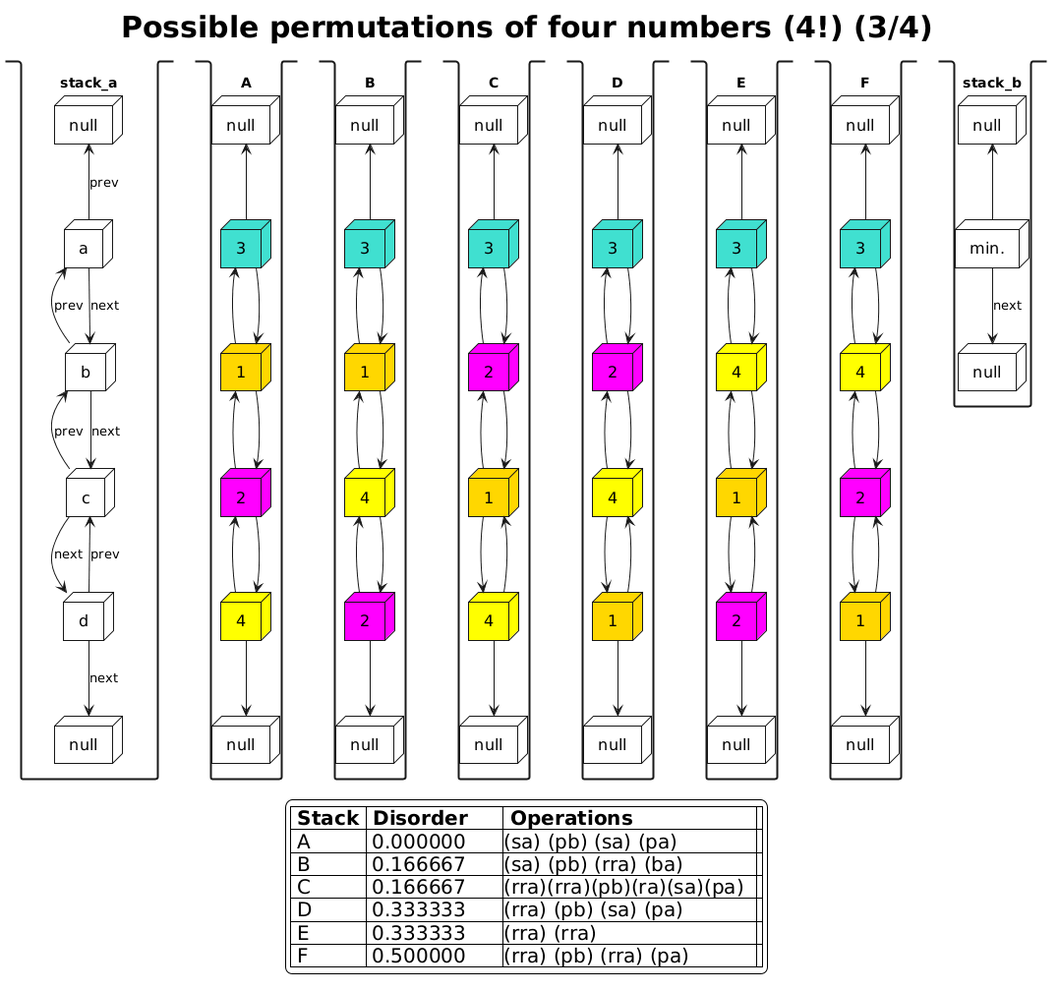
Earlier version of the PlantUML export Alg4_3.png (martinaradkovicova-lgtm/ft_push_swap). Its diagram source:
```plantuml
@startuml
skinparam {
StackBorderThickness 2
NodeBorderThickness 1
NodeFontSize 16
    legend {
        FontSize 20
        BackgroundColor SnowWhite
    }
    title {
    FontSize 30
    }
}
title Possible permutations of four numbers (4!) (3/4)
legend
    |= Stack |= Disorder|= Operations        |
    | A | 0.000000      |(sa) (pb) (sa) (pa) |
    | B | 0.166667      |(sa) (pb) (rra) (ba) |
    | C | 0.166667      |(rra)(rra)(pb)(ra)(sa)(pa)  |
    | D | 0.333333      |(rra) (pb) (sa) (pa)| |
    | E | 0.333333      |(rra) (rra)            |
    | F | 0.500000      |(rra) (pb) (rra) (pa)|
endlegend

stack stack_a {
node null as n1_null #white
node a as a #white
node b as b #white
node c as c #white
node d as d #white
node null as n3_null #white
n1_null <-- a : prev
a <-- b : prev
a --> b : next
b <-- c : prev
b --> c : next
c --> d : next
c <-- d : prev
d --> n3_null : next
}


stack A {
node null as a1_null #white
node "1" as a2 #Gold
node "2" as a3 #Magenta
node "3" as a1 #turquoise
node "4" as a4 #Yellow
node null as a3_null #white
a1_null <-- a1
a1 <-- a2
a1 --> a2
a2 <-- a3
a2 --> a3
a3 <-- a4
a3 --> a4
a4 --> a3_null
}

stack B {
node null as b1_null #white
node "1" as b2 #Gold
node "2" as b4 #Magenta
node "4" as b3 #Yellow
node "3" as b1 #turquoise
node null as b3_null #white
b1_null <-- b1
b1 <-- b2
b1 --> b2
b2 <-- b3
b2 --> b3
b3 <-- b4
b3 --> b4
b4 --> b3_null
}

stack C {
node null as c1_null #white
node "1" as c3 #Gold
node "3" as c1 #turquoise
node "2" as c2 #Magenta
node "4" as c4 #Yellow
node null as c3_null #white
c1_null <-- c1
c1 <-- c2
c1 --> c2
c2 <-- c3
c2 --> c3
c3 --> c4
c3 <-- c4
c4 --> c3_null
}

stack D {
node null as d1_null #white
node "1" as d4 #Gold
node "3" as d1 #turquoise
node "4" as d3 #Yellow
node "2" as d2 #Magenta
node null as d3_null #white
d1_null <-- d1
d1 <-- d2
d1 --> d2
d2 <-- d3
d2 --> d3
d3 --> d4
d3 <-- d4
d4 --> d3_null
}

stack E {
node null as e1_null #white
node "1" as e3 #Gold
node "4" as e2 #Yellow
node "2" as e4 #Magenta
node "3" as e1 #turquoise
node null as e3_null #white
e1_null <-- e1
e1 <-- e2
e1 --> e2
e2 <-- e3
e2 --> e3
e3 --> e4
e3 <-- e4
e4 --> e3_null
}

stack F {
node null as f1_null #white
node "1" as f4 #Gold
node "4" as f2 #Yellow
node "3" as f1 #turquoise
node "2" as f3 #Magenta
node null as f3_null #white
f1_null <-- f1
f1 <-- f2
f1 --> f2
f2 <-- f3
f2 --> f3
f3 --> f4
f3 <-- f4
f4 --> f3_null
}

stack stack_b {
node null as x1_null #white
node "min." as x1 #white
node null as x3_null #white
x1_null <-- x1

x1 --> x3_null : next
}
@enduml
```
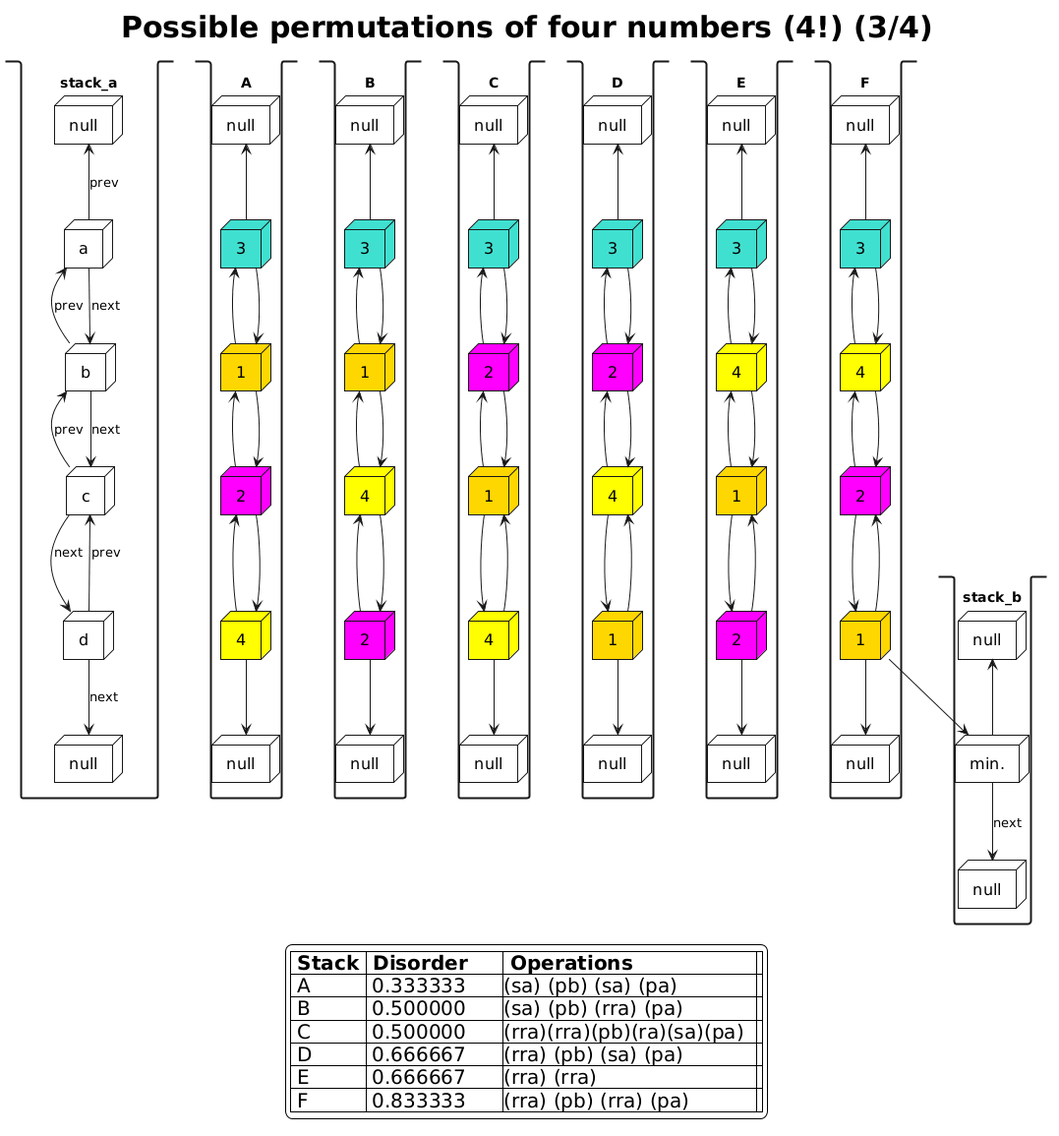
Later version of the same file.

What changed in the source:
```diff
@@ -14,12 +14,12 @@
 title Possible permutations of four numbers (4!) (3/4)
 legend
     |= Stack |= Disorder|= Operations        |
-    | A | 0.000000      |(sa) (pb) (sa) (pa) |
-    | B | 0.166667      |(sa) (pb) (rra) (ba) |
-    | C | 0.166667      |(rra)(rra)(pb)(ra)(sa)(pa)  |
-    | D | 0.333333      |(rra) (pb) (sa) (pa)| |
-    | E | 0.333333      |(rra) (rra)            |
-    | F | 0.500000      |(rra) (pb) (rra) (pa)|
+    | A | 0.333333      |(sa) (pb) (sa) (pa) |
+    | B | 0.500000      |(sa) (pb) (rra) (pa) |
+    | C | 0.500000      |(rra)(rra)(pb)(ra)(sa)(pa)  |
+    | D | 0.666667      |(rra) (pb) (sa) (pa)| |
+    | E | 0.666667      |(rra) (rra)            |
+    | F | 0.833333      |(rra) (pb) (rra) (pa)|
 endlegend
 
 stack stack_a {
@@ -147,7 +147,7 @@
 node "min." as x1 #white
 node null as x3_null #white
 x1_null <-- x1
-
+f4 --> x1
 x1 --> x3_null : next
 }
 @enduml
```
